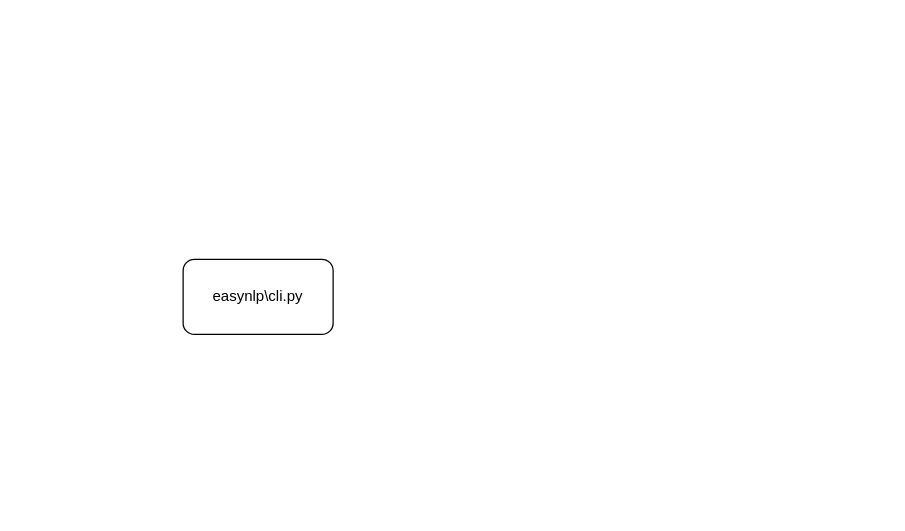
Earlier version of the draw.io diagram easynlp.drawio (zhenhua32/EasyNLP). Source tidied: cells renumbered, new cells numbered last; positions are measured from the earlier drawing's top-left corner, leaving out a move shared by most shapes. Both pictures are drawn from the tidied source at 125%, with x=0, y=0 at pixel (182, 259).
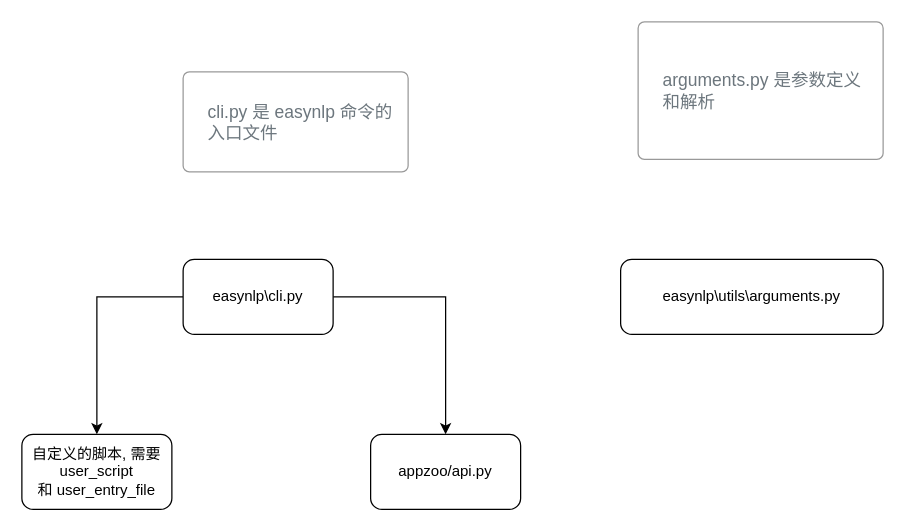
Above is the later version.

Change to the diagram source:
```diff
@@
 <mxGraphModel>
   <root>
     <mxCell id="0" />
     <mxCell id="1" parent="0" />
+    <mxCell id="3" style="edgeStyle=orthogonalEdgeStyle;rounded=0;jettySize=auto;html=1;entryX=0.5;entryY=0;entryDx=0;entryDy=0;" parent="1" edge="1" source="2" target="8">
+      <mxGeometry relative="1" as="geometry" />
+    </mxCell>
+    <mxCell id="4" style="edgeStyle=orthogonalEdgeStyle;rounded=0;jettySize=auto;html=1;entryX=0.5;entryY=0;entryDx=0;entryDy=0;" parent="1" edge="1" source="2" target="9">
+      <mxGeometry relative="1" as="geometry" />
+    </mxCell>
     <mxCell id="2" value="easynlp\cli.py" style="rounded=1;whiteSpace=wrap;html=1;" parent="1" vertex="1">
       <mxGeometry width="120" height="60" as="geometry" />
     </mxCell>
+    <mxCell id="5" value="cli.py 是 easynlp 命令的入口文件" style="html=1;shadow=0;dashed=0;shape=mxgraph.bootstrap.rrect;rSize=5;strokeColor=#999999;strokeWidth=1;fillColor=#FFFFFF;fontColor=#6C767D;whiteSpace=wrap;align=left;verticalAlign=middle;spacingLeft=10;fontSize=14;spacing=10;" parent="1" vertex="1">
+      <mxGeometry y="-150" width="180" height="80" as="geometry" />
+    </mxCell>
+    <mxCell id="6" value="easynlp\utils\arguments.py" style="rounded=1;whiteSpace=wrap;html=1;" parent="1" vertex="1">
+      <mxGeometry x="350" width="210" height="60" as="geometry" />
+    </mxCell>
+    <mxCell id="7" value="arguments.py 是参数定义和解析" style="html=1;shadow=0;dashed=0;shape=mxgraph.bootstrap.rrect;rSize=5;strokeColor=#999999;strokeWidth=1;fillColor=#FFFFFF;fontColor=#6C767D;whiteSpace=wrap;align=left;verticalAlign=middle;spacingLeft=10;fontSize=14;spacing=10;" parent="1" vertex="1">
+      <mxGeometry x="364" y="-190" width="196" height="110" as="geometry" />
+    </mxCell>
+    <mxCell id="8" value="自定义的脚本, 需要user_script 和&amp;nbsp;user_entry_file" style="rounded=1;whiteSpace=wrap;html=1;" parent="1" vertex="1">
+      <mxGeometry x="-129" y="140" width="120" height="60" as="geometry" />
+    </mxCell>
+    <mxCell id="9" value="appzoo/api.py" style="rounded=1;whiteSpace=wrap;html=1;" parent="1" vertex="1">
+      <mxGeometry x="150" y="140" width="120" height="60" as="geometry" />
+    </mxCell>
   </root>
 </mxGraphModel>
```
